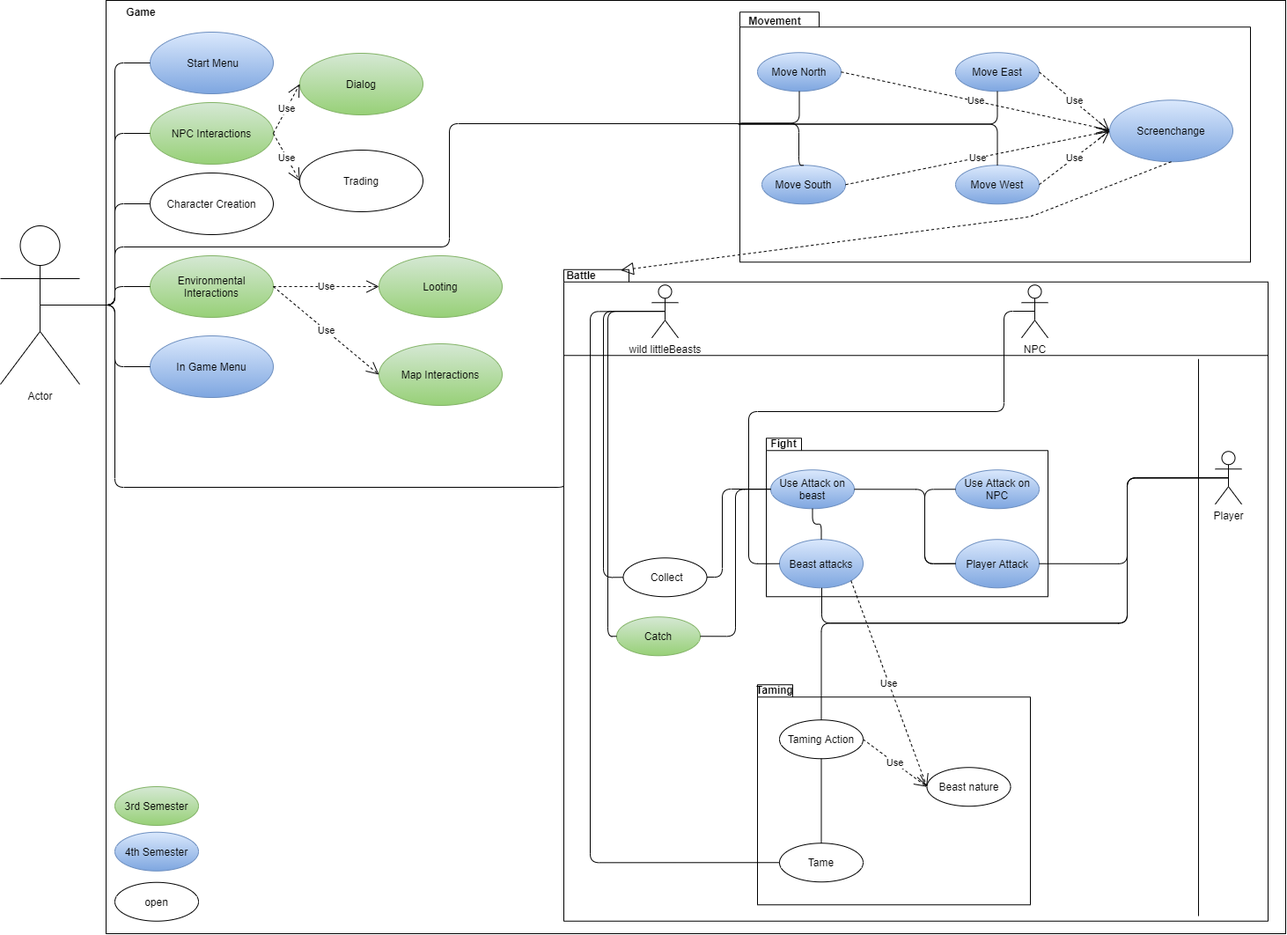
Above: useCases/diagrams/use_cases.png in LittleBeasts/documentation (draw.io), before the change. Source tidied: cells renumbered, new cells last; positions are measured from the earlier drawing's top-left corner, leaving out a move shared by most shapes.
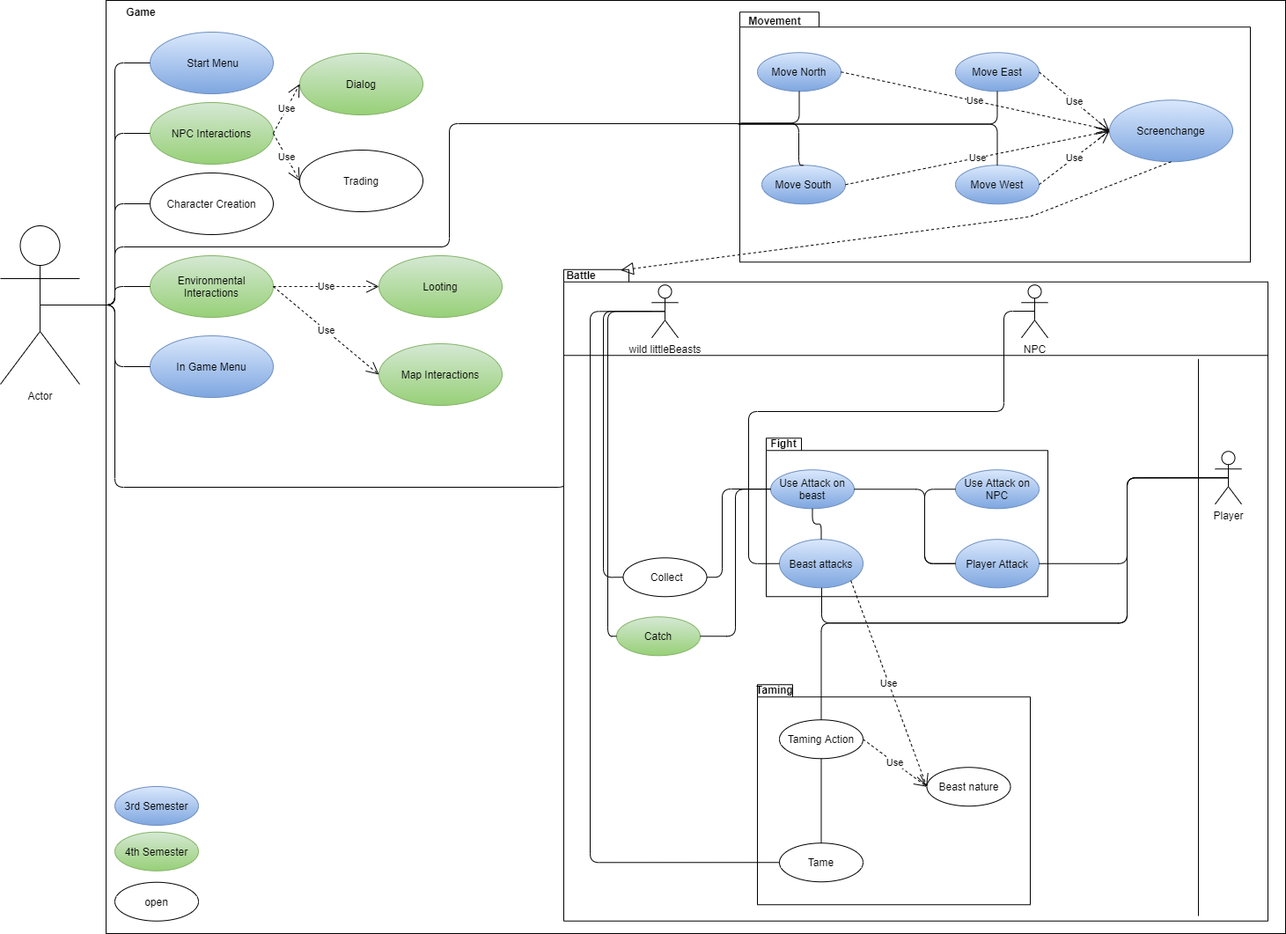
Later version of the same file.

The edit, as a diff of the source:
```diff
@@ -336,10 +336,10 @@
         </Array>
       </mxGeometry>
     </mxCell>
-    <mxCell id="78" value="3rd Semester" style="ellipse;whiteSpace=wrap;html=1;fillColor=#d5e8d4;strokeColor=#82b366;gradientColor=#97d077;" parent="1" vertex="1">
+    <mxCell id="78" value="3rd Semester" style="ellipse;whiteSpace=wrap;html=1;fillColor=#dae8fc;strokeColor=#6c8ebf;gradientColor=#7ea6e0;" parent="1" vertex="1">
       <mxGeometry x="130" y="893" width="95" height="44" as="geometry" />
     </mxCell>
-    <mxCell id="79" value="4th Semester" style="ellipse;whiteSpace=wrap;html=1;fillColor=#dae8fc;strokeColor=#6c8ebf;gradientColor=#7ea6e0;" parent="1" vertex="1">
+    <mxCell id="79" value="4th Semester" style="ellipse;whiteSpace=wrap;html=1;fillColor=#d5e8d4;strokeColor=#82b366;gradientColor=#97d077;" parent="1" vertex="1">
       <mxGeometry x="130" y="944.8" width="95" height="44" as="geometry" />
     </mxCell>
     <mxCell id="80" value="open" style="ellipse;whiteSpace=wrap;html=1;" parent="1" vertex="1">
```
